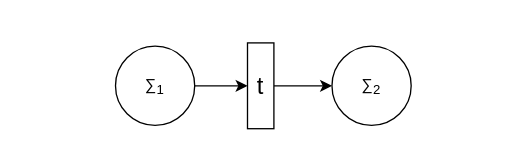
Earlier version of the draw.io diagram 顺序组装.drawio (WFUing/GRADUATION). Source tidied: cells renumbered, new cells numbered last; positions are measured from the earlier drawing's top-left corner, leaving out a move shared by most shapes. Both pictures are drawn from the tidied source at 132%, with x=0, y=0 at pixel (115, 42).
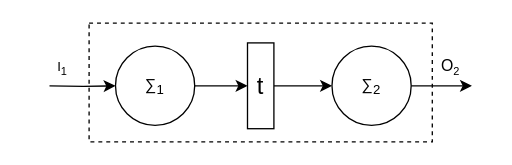
The same page after the edit.

Commit message:
更新顺序组装.drawio

What changed in the source:
```diff
@@
 <mxGraphModel>
   <root>
     <mxCell id="0" />
     <mxCell id="1" parent="0" />
+    <mxCell id="7" style="verticalLabelPosition=bottom;verticalAlign=top;html=1;shape=mxgraph.basic.rect;fillColor2=none;strokeWidth=1;size=20;indent=5;dashed=1;" parent="1" vertex="1">
+      <mxGeometry x="-20" y="-15" width="260" height="90" as="geometry" />
+    </mxCell>
     <mxCell id="2" style="edgeStyle=orthogonalEdgeStyle;rounded=0;jettySize=auto;html=1;" parent="1" edge="1" source="3" target="5">
       <mxGeometry relative="1" as="geometry" />
     </mxCell>
     <mxCell id="3" value="∑&lt;sub&gt;1&lt;/sub&gt;" style="ellipse;whiteSpace=wrap;html=1;" parent="1" vertex="1">
       <mxGeometry y="2.5" width="60" height="60" as="geometry" />
     </mxCell>
     <mxCell id="4" style="edgeStyle=orthogonalEdgeStyle;rounded=0;jettySize=auto;html=1;" parent="1" edge="1" source="5" target="6">
       <mxGeometry relative="1" as="geometry" />
     </mxCell>
     <mxCell id="5" value="&lt;font style=&quot;font-size: 18px;&quot;&gt;t&lt;/font&gt;" style="rounded=0;whiteSpace=wrap;html=1;" parent="1" vertex="1">
       <mxGeometry x="100" width="20" height="65" as="geometry" />
     </mxCell>
+    <mxCell id="8" style="edgeStyle=orthogonalEdgeStyle;rounded=0;jettySize=auto;html=1;" parent="1" edge="1" source="6">
+      <mxGeometry relative="1" as="geometry">
+        <mxPoint x="270" y="32.5" as="targetPoint" />
+      </mxGeometry>
+    </mxCell>
     <mxCell id="6" value="∑&lt;sub&gt;2&lt;/sub&gt;" style="ellipse;whiteSpace=wrap;html=1;" parent="1" vertex="1">
       <mxGeometry x="164" y="2.5" width="60" height="60" as="geometry" />
     </mxCell>
+    <mxCell id="9" style="edgeStyle=orthogonalEdgeStyle;rounded=0;jettySize=auto;html=1;" parent="1" edge="1" target="3">
+      <mxGeometry relative="1" as="geometry">
+        <mxPoint x="-50" y="32.5" as="sourcePoint" />
+      </mxGeometry>
+    </mxCell>
+    <mxCell id="10" value="&lt;span style=&quot;font-size: 10px;&quot;&gt;I&lt;sub&gt;1&lt;/sub&gt;&lt;/span&gt;" style="text;strokeColor=none;align=center;fillColor=none;html=1;verticalAlign=middle;whiteSpace=wrap;rounded=0;" parent="1" vertex="1">
+      <mxGeometry x="-70" y="2.5" width="60" height="30" as="geometry" />
+    </mxCell>
+    <mxCell id="11" value="O&lt;span style=&quot;font-size: 10px;&quot;&gt;&lt;sub&gt;2&lt;/sub&gt;&lt;/span&gt;" style="text;strokeColor=none;align=center;fillColor=none;html=1;verticalAlign=middle;whiteSpace=wrap;rounded=0;" parent="1" vertex="1">
+      <mxGeometry x="224" y="2.5" width="60" height="30" as="geometry" />
+    </mxCell>
   </root>
 </mxGraphModel>
```
